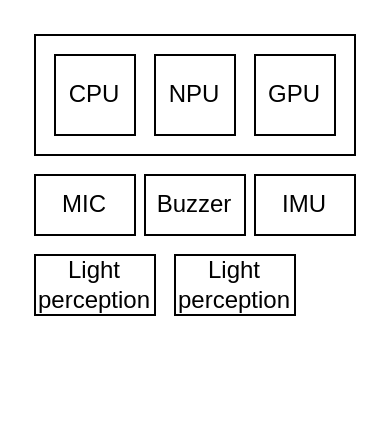
mailonghua/drawio keeps this draw.io diagram as AI-robots.drawio. Above is the earlier version. Source tidied: cells renumbered, new cells numbered last; positions are measured from the earlier drawing's top-left corner, leaving out a move shared by most shapes. Both pictures are drawn from the tidied source at 200%, with x=0, y=0 at pixel (34, 34).
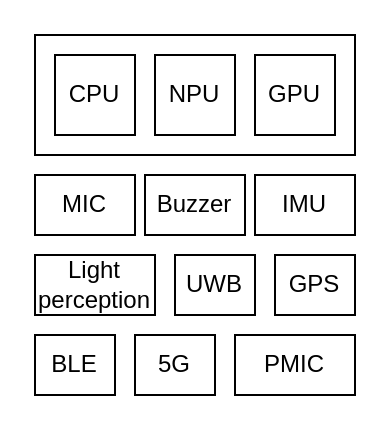
The same diagram, later.

What changed in the source:
```diff
@@
 <mxGraphModel>
   <root>
     <mxCell id="0" />
     <mxCell id="1" parent="0" />
     <mxCell id="2" style="rounded=0;whiteSpace=wrap;html=1;" parent="1" vertex="1">
       <mxGeometry width="160" height="60" as="geometry" />
     </mxCell>
     <mxCell id="3" value="CPU" style="rounded=0;whiteSpace=wrap;html=1;" parent="1" vertex="1">
       <mxGeometry x="10" y="10" width="40" height="40" as="geometry" />
     </mxCell>
     <mxCell id="4" value="NPU" style="rounded=0;whiteSpace=wrap;html=1;" parent="1" vertex="1">
       <mxGeometry x="60" y="10" width="40" height="40" as="geometry" />
     </mxCell>
     <mxCell id="5" value="GPU" style="rounded=0;whiteSpace=wrap;html=1;" parent="1" vertex="1">
       <mxGeometry x="110" y="10" width="40" height="40" as="geometry" />
     </mxCell>
     <mxCell id="6" value="MIC" style="rounded=0;whiteSpace=wrap;html=1;" parent="1" vertex="1">
       <mxGeometry y="70" width="50" height="30" as="geometry" />
     </mxCell>
     <mxCell id="7" value="Buzzer" style="rounded=0;whiteSpace=wrap;html=1;" parent="1" vertex="1">
       <mxGeometry x="55" y="70" width="50" height="30" as="geometry" />
     </mxCell>
     <mxCell id="8" value="IMU" style="rounded=0;whiteSpace=wrap;html=1;" parent="1" vertex="1">
       <mxGeometry x="110" y="70" width="50" height="30" as="geometry" />
     </mxCell>
     <mxCell id="9" value="Light perception" style="rounded=0;whiteSpace=wrap;html=1;" parent="1" vertex="1">
       <mxGeometry y="110" width="60" height="30" as="geometry" />
     </mxCell>
-    <mxCell id="10" value="Light perception" style="rounded=0;whiteSpace=wrap;html=1;" parent="1" vertex="1">
-      <mxGeometry x="70" y="110" width="60" height="30" as="geometry" />
+    <mxCell id="10" value="UWB" style="rounded=0;whiteSpace=wrap;html=1;" parent="1" vertex="1">
+      <mxGeometry x="70" y="110" width="40" height="30" as="geometry" />
     </mxCell>
+    <mxCell id="11" value="GPS" style="rounded=0;whiteSpace=wrap;html=1;" parent="1" vertex="1">
+      <mxGeometry x="120" y="110" width="40" height="30" as="geometry" />
+    </mxCell>
+    <mxCell id="12" value="BLE" style="rounded=0;whiteSpace=wrap;html=1;" parent="1" vertex="1">
+      <mxGeometry y="150" width="40" height="30" as="geometry" />
+    </mxCell>
+    <mxCell id="13" value="5G" style="rounded=0;whiteSpace=wrap;html=1;" parent="1" vertex="1">
+      <mxGeometry x="50" y="150" width="40" height="30" as="geometry" />
+    </mxCell>
+    <mxCell id="14" value="PMIC" style="rounded=0;whiteSpace=wrap;html=1;" parent="1" vertex="1">
+      <mxGeometry x="100" y="150" width="60" height="30" as="geometry" />
+    </mxCell>
   </root>
 </mxGraphModel>
```
